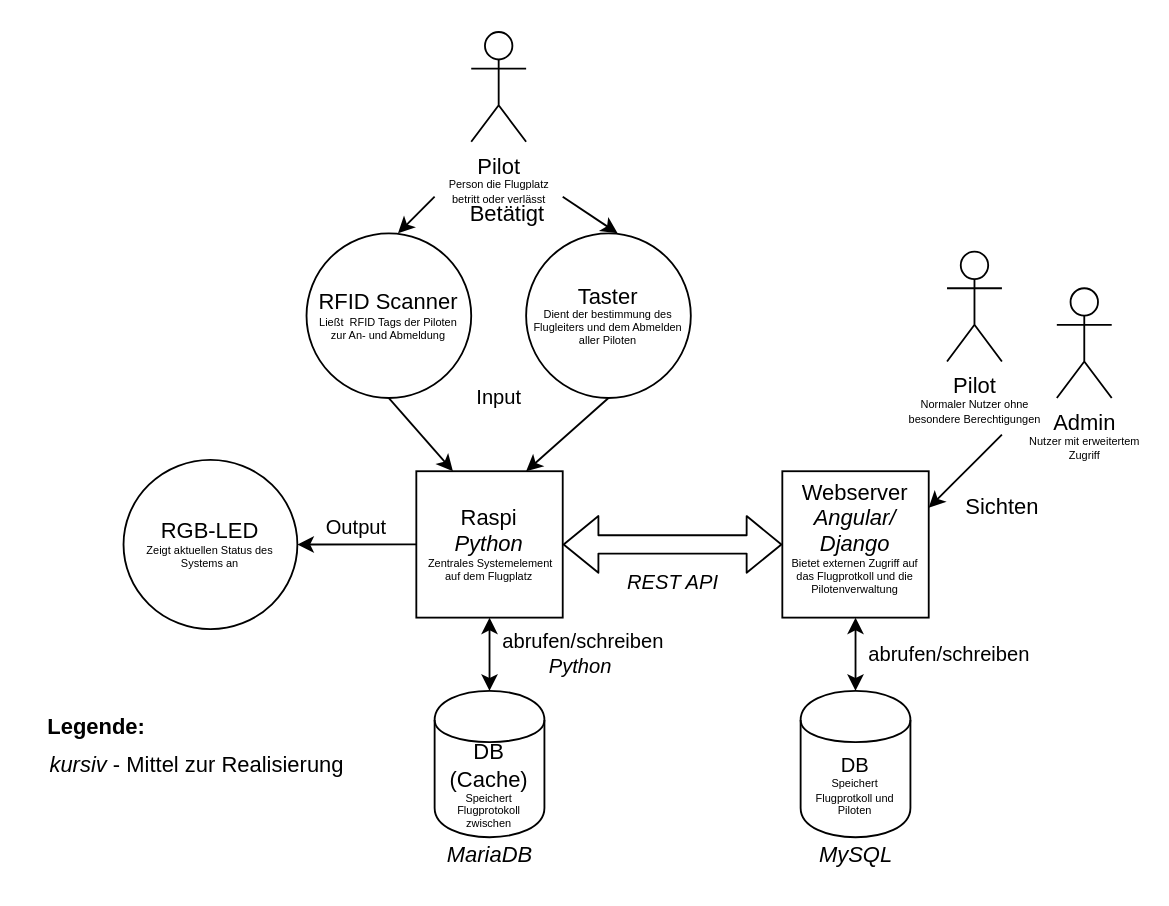
Earlier version of the draw.io diagram docs/architecture/images/C4_Model/C4_Level2.drawio (Lernni/E2-Anwesenheitserfassung-fuer-Modellflugplatz). Source tidied: cells renumbered, new cells numbered last; positions are measured from the earlier drawing's top-left corner, leaving out a move shared by most shapes. Both pictures are drawn from the tidied source at 183%, with x=0, y=0 at pixel (31, 31).
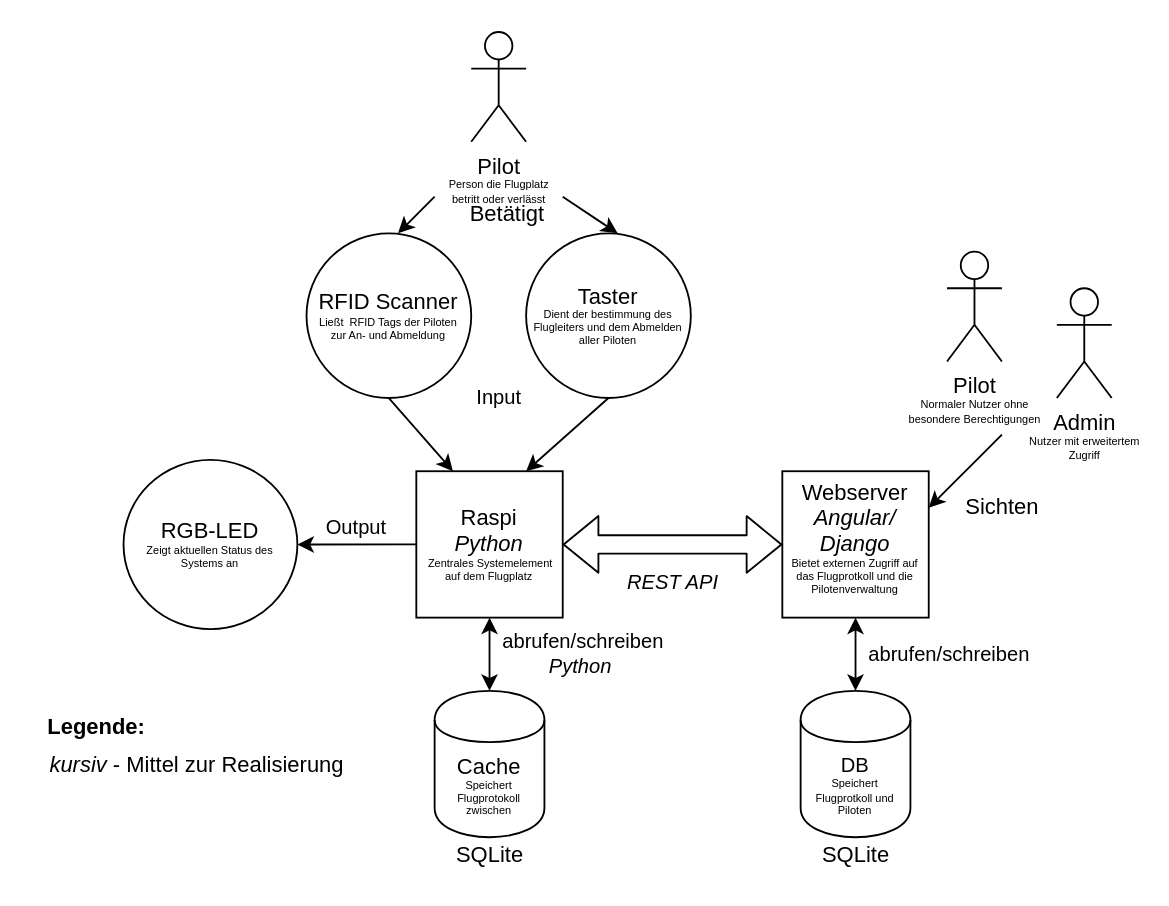
The same diagram, later.

Diff of the diagram source:
```diff
@@
-    <mxCell id="17" value="&lt;i&gt;MySQL&lt;/i&gt;" style="text;html=1;align=center;verticalAlign=middle;" parent="1" vertex="1">
+    <mxCell id="17" value="SQLite" style="text;html=1;align=center;verticalAlign=middle;" parent="1" vertex="1">
       <mxGeometry x="425" y="440" width="50" height="20" as="geometry" />
     </mxCell>
@@
-    <mxCell id="21" value="&lt;div&gt;DB (Cache)&lt;/div&gt;&lt;div style=&quot;font-size: 6px&quot;&gt;&lt;font style=&quot;font-size: 6px&quot;&gt;Speichert Flugprotokoll zwische&lt;/font&gt;n&lt;br&gt;&lt;/div&gt;" style="shape=cylinder;whiteSpace=wrap;html=1;boundedLbl=1;backgroundOutline=1;" parent="1" vertex="1">
+    <mxCell id="21" value="&lt;div&gt;Cache&lt;/div&gt;&lt;div style=&quot;font-size: 6px&quot;&gt;&lt;font style=&quot;font-size: 6px&quot;&gt;Speichert Flugprotokoll zwische&lt;/font&gt;n&lt;br&gt;&lt;/div&gt;" style="shape=cylinder;whiteSpace=wrap;html=1;boundedLbl=1;backgroundOutline=1;" parent="1" vertex="1">
       <mxGeometry x="220" y="360" width="60" height="80" as="geometry" />
     </mxCell>
@@
-    <mxCell id="24" value="&lt;i&gt;&lt;font&gt;MariaDB&lt;/font&gt;&lt;/i&gt;" style="text;html=1;align=center;verticalAlign=middle;" parent="1" vertex="1">
-      <mxGeometry x="220" y="440" width="60" height="20" as="geometry" />
+    <mxCell id="24" value="SQLite" style="text;html=1;align=center;verticalAlign=middle;" parent="1" vertex="1">
+      <mxGeometry x="225" y="440" width="50" height="20" as="geometry" />
     </mxCell>
```
